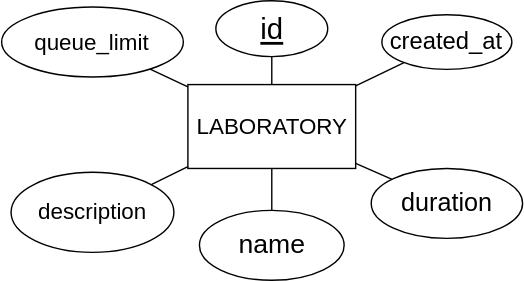
Before: img/DB-diagrams/Laboratory.drawio.svg, a diagram exported from draw.io (isel-remote-lab/documentation). Source tidied: cells renumbered, new cells last; positions are measured from the earlier drawing's top-left corner, leaving out a move shared by most shapes.
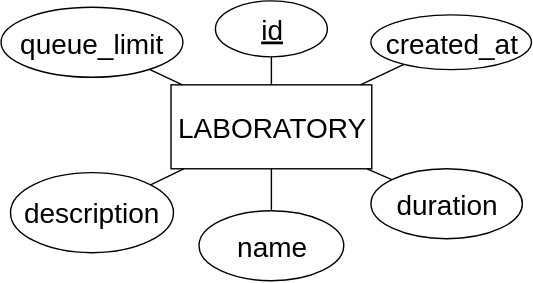
After the change.

Change to the diagram source:
```diff
@@ -2,40 +2,40 @@
   <root>
     <mxCell id="0" />
     <mxCell id="1" parent="0" />
-    <mxCell id="2" value="LABORATORY" style="rounded=0;whiteSpace=wrap;html=1;fontSize=16;" parent="1" vertex="1">
-      <mxGeometry x="133.5" y="60" width="120" height="60" as="geometry" />
+    <mxCell id="2" value="LABORATORY" style="rounded=0;whiteSpace=wrap;html=1;fontSize=20;" parent="1" vertex="1">
+      <mxGeometry x="121.8" y="60" width="143.5" height="60" as="geometry" />
     </mxCell>
-    <mxCell id="3" value="&lt;span&gt;id&lt;/span&gt;" style="ellipse;whiteSpace=wrap;html=1;fontStyle=4;fontSize=21;" parent="1" vertex="1">
+    <mxCell id="3" value="&lt;span&gt;id&lt;/span&gt;" style="ellipse;whiteSpace=wrap;html=1;fontStyle=4;fontSize=20;" parent="1" vertex="1">
       <mxGeometry x="153.5" width="80" height="40" as="geometry" />
     </mxCell>
     <mxCell id="4" style="endArrow=none;html=1;rounded=0;" parent="1" edge="1" source="2" target="3">
       <mxGeometry relative="1" as="geometry" />
     </mxCell>
-    <mxCell id="5" value="&lt;span&gt;name&lt;/span&gt;" style="ellipse;whiteSpace=wrap;html=1;fontStyle=0;fontSize=19;" parent="1" vertex="1">
+    <mxCell id="5" value="&lt;span&gt;name&lt;/span&gt;" style="ellipse;whiteSpace=wrap;html=1;fontStyle=0;fontSize=20;" parent="1" vertex="1">
       <mxGeometry x="141.8" y="150" width="103.5" height="50" as="geometry" />
     </mxCell>
     <mxCell id="6" style="endArrow=none;html=1;rounded=0;" parent="1" edge="1" source="5" target="2">
       <mxGeometry relative="1" as="geometry" />
     </mxCell>
-    <mxCell id="7" value="&lt;span&gt;duration&lt;/span&gt;" style="ellipse;whiteSpace=wrap;html=1;fontStyle=0;fontSize=18;" parent="1" vertex="1">
+    <mxCell id="7" value="&lt;span&gt;duration&lt;/span&gt;" style="ellipse;whiteSpace=wrap;html=1;fontStyle=0;fontSize=20;" parent="1" vertex="1">
       <mxGeometry x="264.6" y="120" width="108.2" height="50" as="geometry" />
     </mxCell>
     <mxCell id="8" style="endArrow=none;html=1;rounded=0;" parent="1" edge="1" source="2" target="7">
       <mxGeometry relative="1" as="geometry" />
     </mxCell>
-    <mxCell id="9" value="created_at" style="ellipse;whiteSpace=wrap;html=1;fontStyle=0;fontSize=17;" parent="1" vertex="1">
-      <mxGeometry x="272.2" y="10" width="93" height="39.1" as="geometry" />
+    <mxCell id="9" value="created_at" style="ellipse;whiteSpace=wrap;html=1;fontStyle=0;fontSize=20;" parent="1" vertex="1">
+      <mxGeometry x="264.6" y="10" width="114.8" height="39.1" as="geometry" />
     </mxCell>
     <mxCell id="10" style="endArrow=none;html=1;rounded=0;" parent="1" edge="1" source="2" target="9">
       <mxGeometry relative="1" as="geometry" />
     </mxCell>
-    <mxCell id="11" value="&lt;span&gt;description&lt;/span&gt;" style="ellipse;whiteSpace=wrap;html=1;fontStyle=0;fontSize=16;" parent="1" vertex="1">
+    <mxCell id="11" value="&lt;span&gt;description&lt;/span&gt;" style="ellipse;whiteSpace=wrap;html=1;fontStyle=0;fontSize=20;" parent="1" vertex="1">
       <mxGeometry x="7" y="122.8" width="116.5" height="57.2" as="geometry" />
     </mxCell>
     <mxCell id="12" style="endArrow=none;html=1;rounded=0;" parent="1" edge="1" source="11" target="2">
       <mxGeometry relative="1" as="geometry" />
     </mxCell>
-    <mxCell id="13" value="queue_limit" style="ellipse;whiteSpace=wrap;html=1;fontStyle=0;fontSize=16;" parent="1" vertex="1">
+    <mxCell id="13" value="queue_limit" style="ellipse;whiteSpace=wrap;html=1;fontStyle=0;fontSize=20;" parent="1" vertex="1">
       <mxGeometry x="0.2" y="4.6" width="130" height="50" as="geometry" />
     </mxCell>
     <mxCell id="14" style="endArrow=none;html=1;" parent="1" edge="1" source="2" target="13">
```
